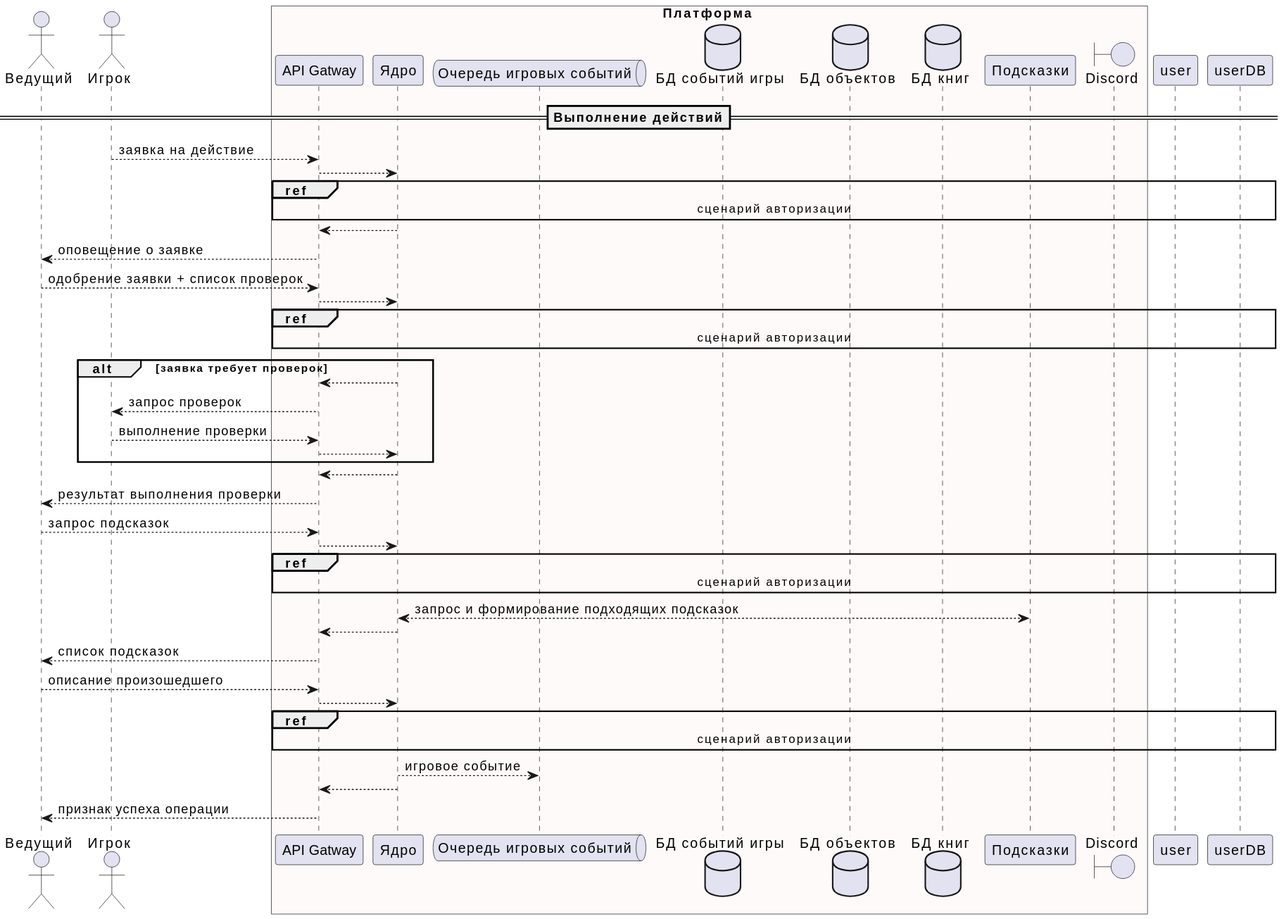
Above: svg/chart/sequence/play_exploreOrDownTime.svg in butakovmv/d20e_arch (PlantUML), before the change.
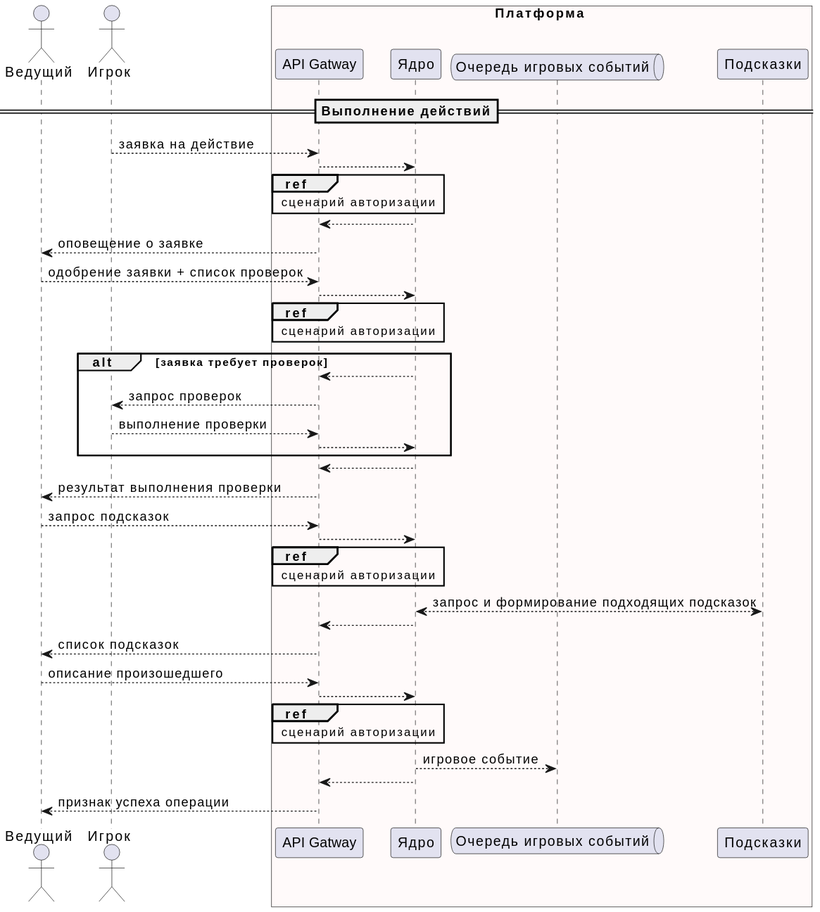
After the change.

Commit message:
Диаграмма компонентов

The edit, as a diff of the source:
```diff
@@ -5,24 +5,20 @@
 participant "API Gatway" as gateway
 participant "Ядро" as core
 queue "Очередь игровых событий" as eventQueue
-database "БД событий игры" as eventDB
-database "БД объектов" as objectDB
-database "БД книг" as bookDB
 participant "Подсказки" as hints
-boundary "Discord" as discord
 end box
 
 
 ==Выполнение действий==
 player --> gateway: заявка на действие
 gateway --> core
-ref over user, gateway, core, userDB: сценарий авторизации
+ref over gateway, core: сценарий авторизации
 core --> gateway
 gateway --> dm: оповещение о заявке
 
 dm --> gateway: одобрение заявки + список проверок
 gateway --> core
-ref over user, gateway, core, userDB: сценарий авторизации
+ref over gateway, core: сценарий авторизации
 alt заявка требует проверок
 core --> gateway
 gateway --> player: запрос проверок
@@ -34,14 +30,14 @@
 
 dm --> gateway: запрос подсказок
 gateway --> core
-ref over user, gateway, core, userDB: сценарий авторизации
+ref over gateway, core: сценарий авторизации
 core <--> hints: запрос и формирование подходящих подсказок
 core --> gateway
 gateway --> dm: список подсказок
 
 dm --> gateway: описание произошедшего
 gateway --> core
-ref over user, gateway, core, userDB: сценарий авторизации
+ref over gateway, core: сценарий авторизации
 core --> eventQueue: игровое событие
 core --> gateway
 gateway --> dm: признак успеха операции
```
